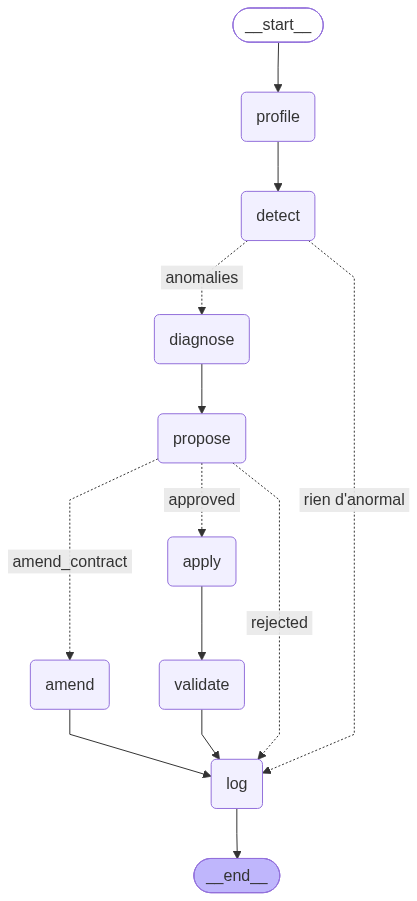
Earlier version of the Mermaid export docs/img/agent_graph.png (hodamounaouir/PFA). Its source is kept beside it as docs/img/agent_graph.mmd. The source it was exported from:
```mermaid
---
config:
  flowchart:
    curve: linear
---
graph TD;
	__start__([<p>__start__</p>]):::first
	profile(profile)
	detect(detect)
	diagnose(diagnose)
	propose(propose)
	apply(apply)
	amend(amend)
	validate(validate)
	log(log)
	__end__([<p>__end__</p>]):::last
	__start__ --> profile;
	amend --> log;
	apply --> validate;
	detect -. &nbsp;anomalies&nbsp; .-> diagnose;
	detect -. &nbsp;rien d'anormal&nbsp; .-> log;
	diagnose --> propose;
	profile --> detect;
	propose -. &nbsp;amend_contract&nbsp; .-> amend;
	propose -. &nbsp;approved&nbsp; .-> apply;
	propose -. &nbsp;rejected&nbsp; .-> log;
	validate --> log;
	log --> __end__;
	classDef default fill:#f2f0ff,line-height:1.2
	classDef first fill-opacity:0
	classDef last fill:#bfb6fc
```
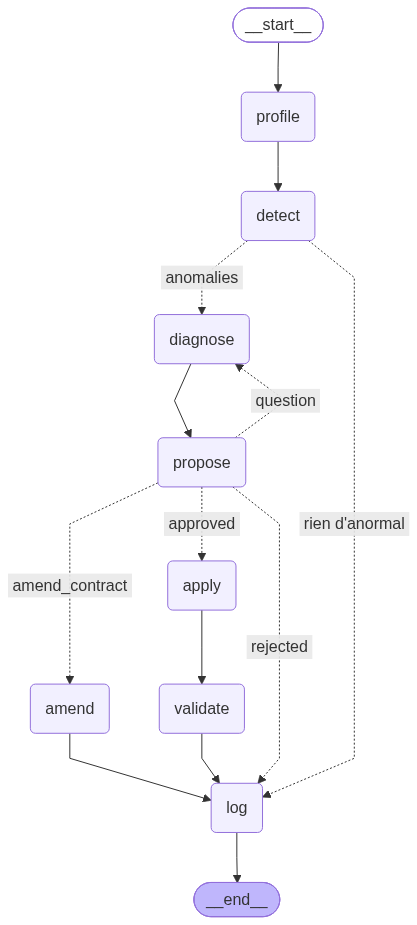
The same diagram one commit later.

Change to the diagram source:
```diff
@@ -23,6 +23,7 @@
 	profile --> detect;
 	propose -. &nbsp;amend_contract&nbsp; .-> amend;
 	propose -. &nbsp;approved&nbsp; .-> apply;
+	propose -. &nbsp;question&nbsp; .-> diagnose;
 	propose -. &nbsp;rejected&nbsp; .-> log;
 	validate --> log;
 	log --> __end__;
```
